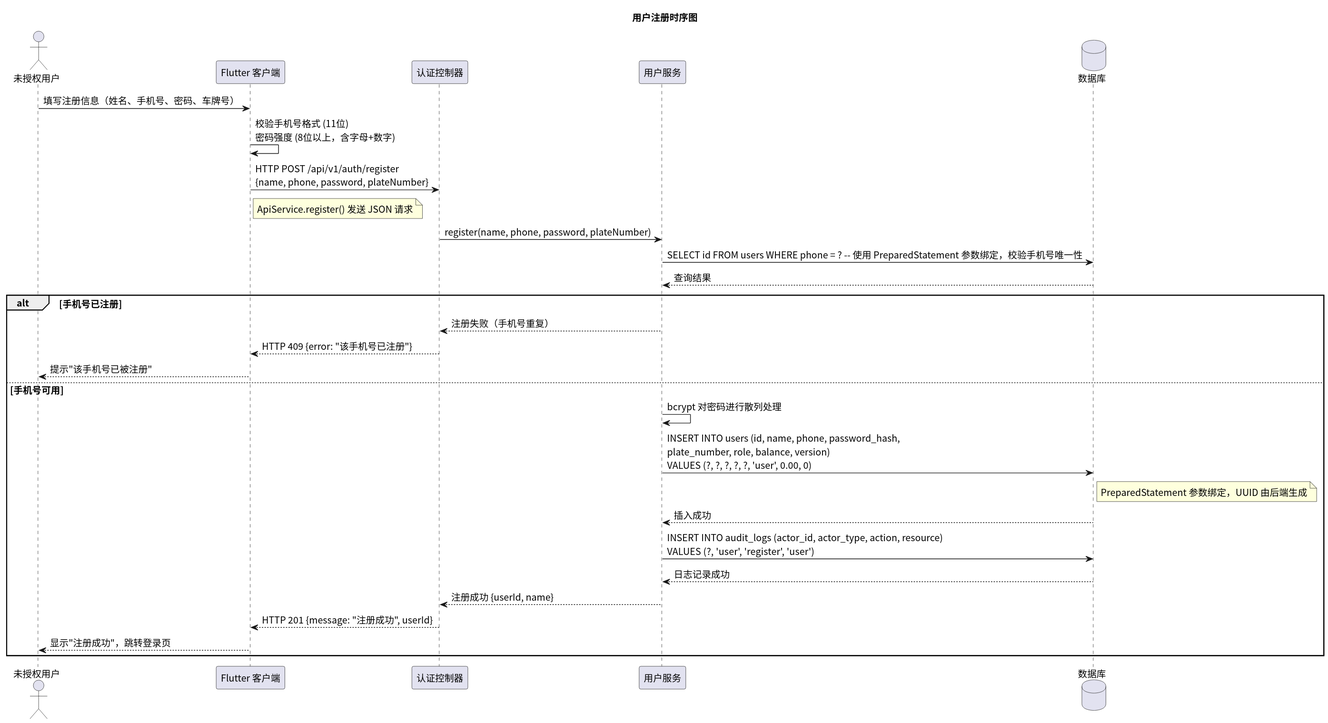
The PlantUML diagram time/img/sequence_register.svg in greenhandzdl/charging-station-doc, before a commit.
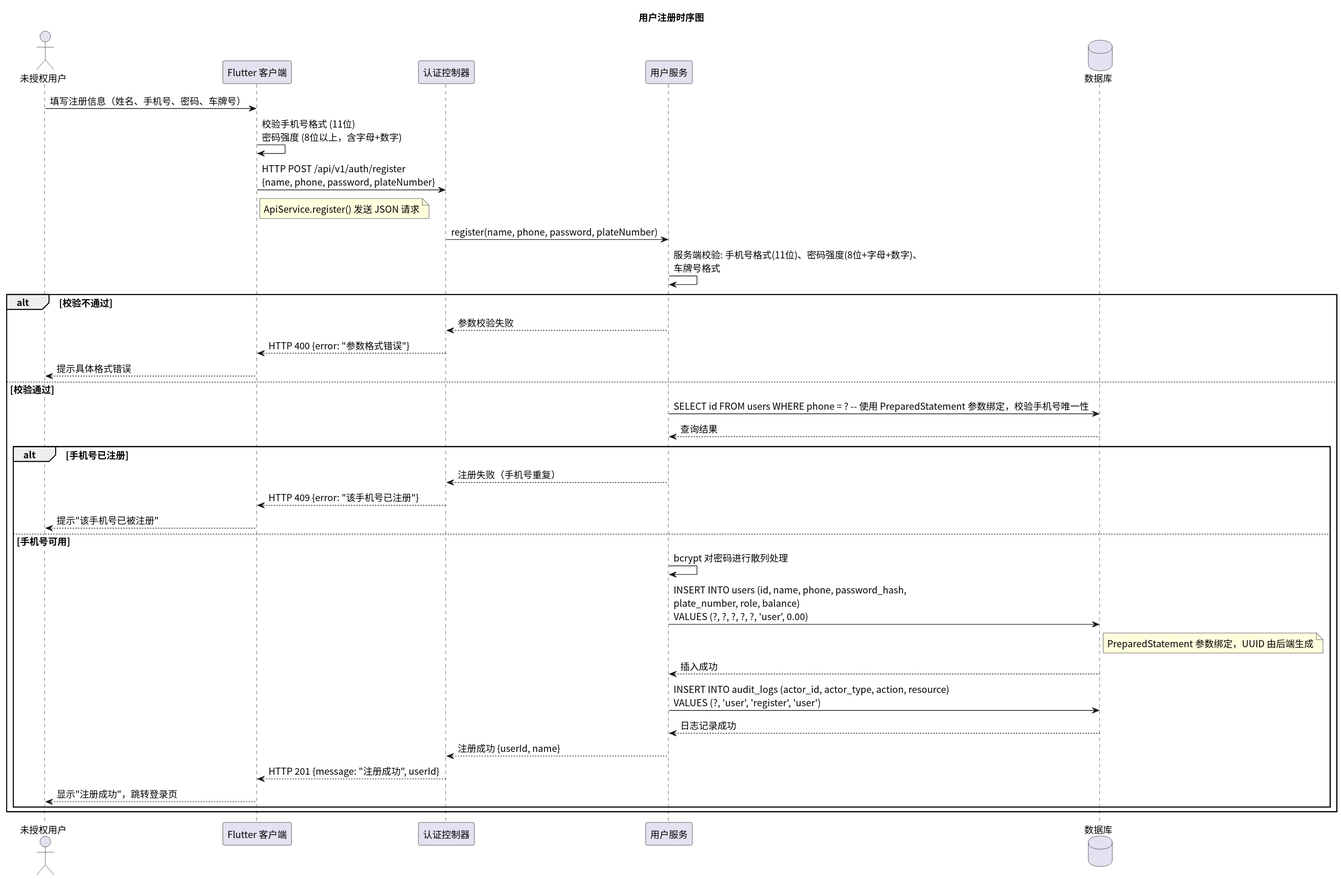
The same diagram one commit later.

Diff of the diagram source:
```diff
@@ -16,7 +16,15 @@
 
 Ctrl -> US: register(name, phone, password, plateNumber)
 
-US -> DB: SELECT id FROM users WHERE phone = ? -- 使用 PreparedStatement 参数绑定，校验手机号唯一性
+US -> US: 服务端校验: 手机号格式(11位)、密码强度(8位+字母+数字)、\n车牌号格式
+
+alt 校验不通过
+  US --> Ctrl: 参数校验失败
+  Ctrl --> FE: HTTP 400 {error: "参数格式错误"}
+  FE --> U: 提示具体格式错误
+else 校验通过
+
+  US -> DB: SELECT id FROM users WHERE phone = ? -- 使用 PreparedStatement 参数绑定，校验手机号唯一性
 DB --> US: 查询结果
 
 alt 手机号已注册
@@ -25,7 +33,7 @@
   FE --> U: 提示"该手机号已被注册"
 else 手机号可用
   US -> US: bcrypt 对密码进行散列处理
-  US -> DB: INSERT INTO users (id, name, phone, password_hash,\nplate_number, role, balance, version)\nVALUES (?, ?, ?, ?, ?, 'user', 0.00, 0)
+  US -> DB: INSERT INTO users (id, name, phone, password_hash,\nplate_number, role, balance)\nVALUES (?, ?, ?, ?, ?, 'user', 0.00)
   note right DB : PreparedStatement 参数绑定，UUID 由后端生成
   DB --> US: 插入成功
 
@@ -35,5 +43,6 @@
   US --> Ctrl: 注册成功 {userId, name}
   Ctrl --> FE: HTTP 201 {message: "注册成功", userId}
   FE --> U: 显示"注册成功"，跳转登录页
+  end
 end
 @enduml
```
